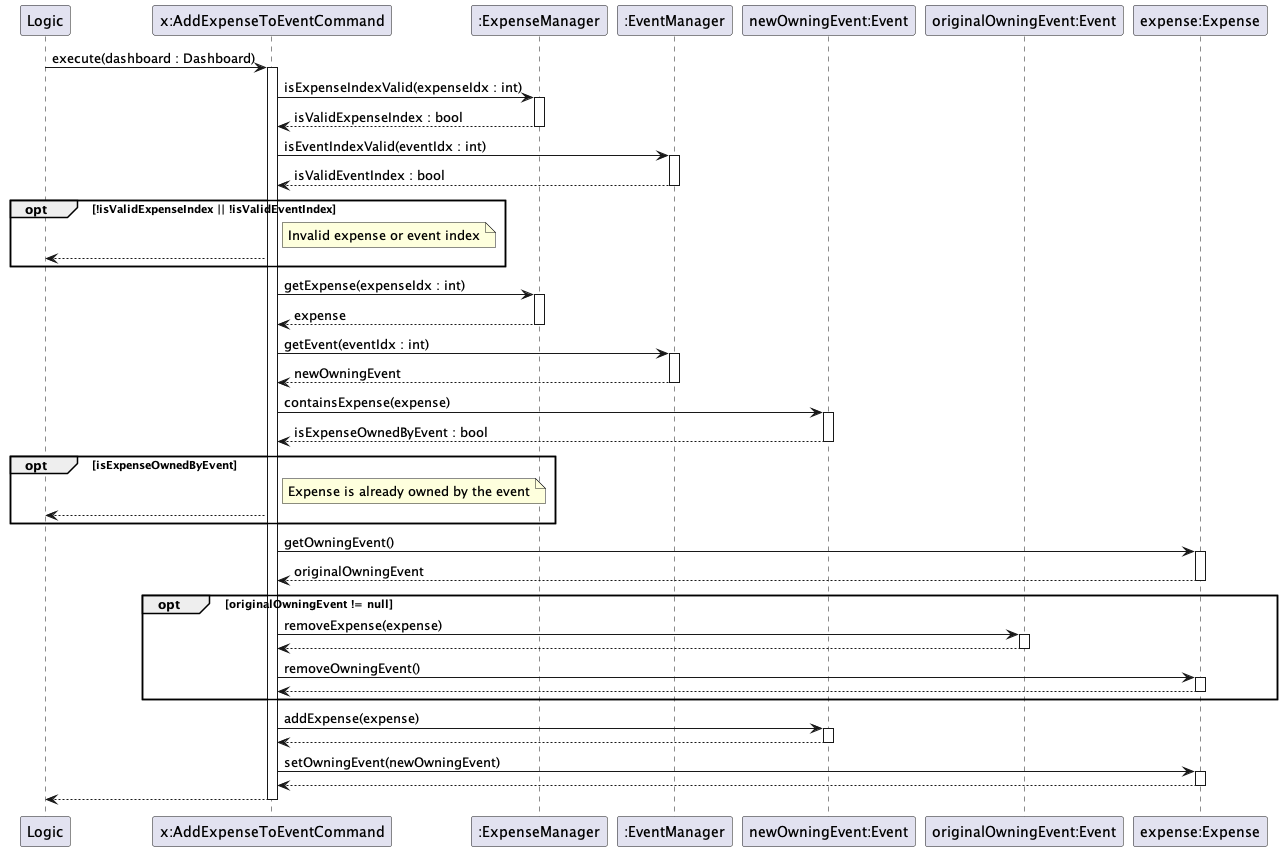
JianJiaT/tp keeps this PlantUML diagram as docs/images/executeAddExpenseToEventCommand.png. Above is the earlier version. Its diagram source:
```plantuml
@startuml
participant Logic
participant "x:AddExpenseToEventCommand" as Command
participant ":ExpenseManager" as ExpenseManager
participant ":EventManager" as EventManager
participant "newOwningEvent:Event" as noe
participant "originalOwningEvent:Event" as ooe
participant "expense:Expense" as Expense


Logic -> Command: execute(dashboard : Dashboard)
activate Command

Command -> ExpenseManager: isExpenseIndexValid(expenseIdx : int)
activate ExpenseManager
ExpenseManager --> Command: isValidExpenseIndex : bool
deactivate ExpenseManager

Command -> EventManager: isEventIndexValid(eventIdx : int)
activate EventManager
EventManager --> Command: isValidEventIndex : bool
deactivate EventManager

opt !isValidExpenseIndex || !isValidEventIndex
    note right of Command
        Invalid expense or event index
    end note
    Command --> Logic:
end

Command -> ExpenseManager: getExpense(expenseIdx : int)
activate ExpenseManager
ExpenseManager --> Command: expense
deactivate ExpenseManager

Command -> EventManager: getEvent(eventIdx : int)
activate EventManager
EventManager --> Command: newOwningEvent
deactivate EventManager

Command -> noe : containsExpense(expense)
activate noe
noe --> Command: isExpenseOwnedByEvent : bool
deactivate noe

opt isExpenseOwnedByEvent
    note right of Command
        Expense is already owned by the event
    end note
    Command --> Logic:
end

Command -> Expense: getOwningEvent()
activate Expense
Expense --> Command: originalOwningEvent
deactivate Expense

opt originalOwningEvent != null
    Command -> ooe: removeExpense(expense)
    activate ooe
    ooe --> Command:
    deactivate ooe
    Command -> Expense: removeOwningEvent()
    activate Expense
    Expense --> Command:
    deactivate Expense
end

Command -> noe: addExpense(expense)
activate noe
noe --> Command:
deactivate noe

Command -> Expense: setOwningEvent(newOwningEvent)
activate Expense
Expense --> Command:
deactivate Expense

Command --> Logic:
deactivate Command

@enduml
```
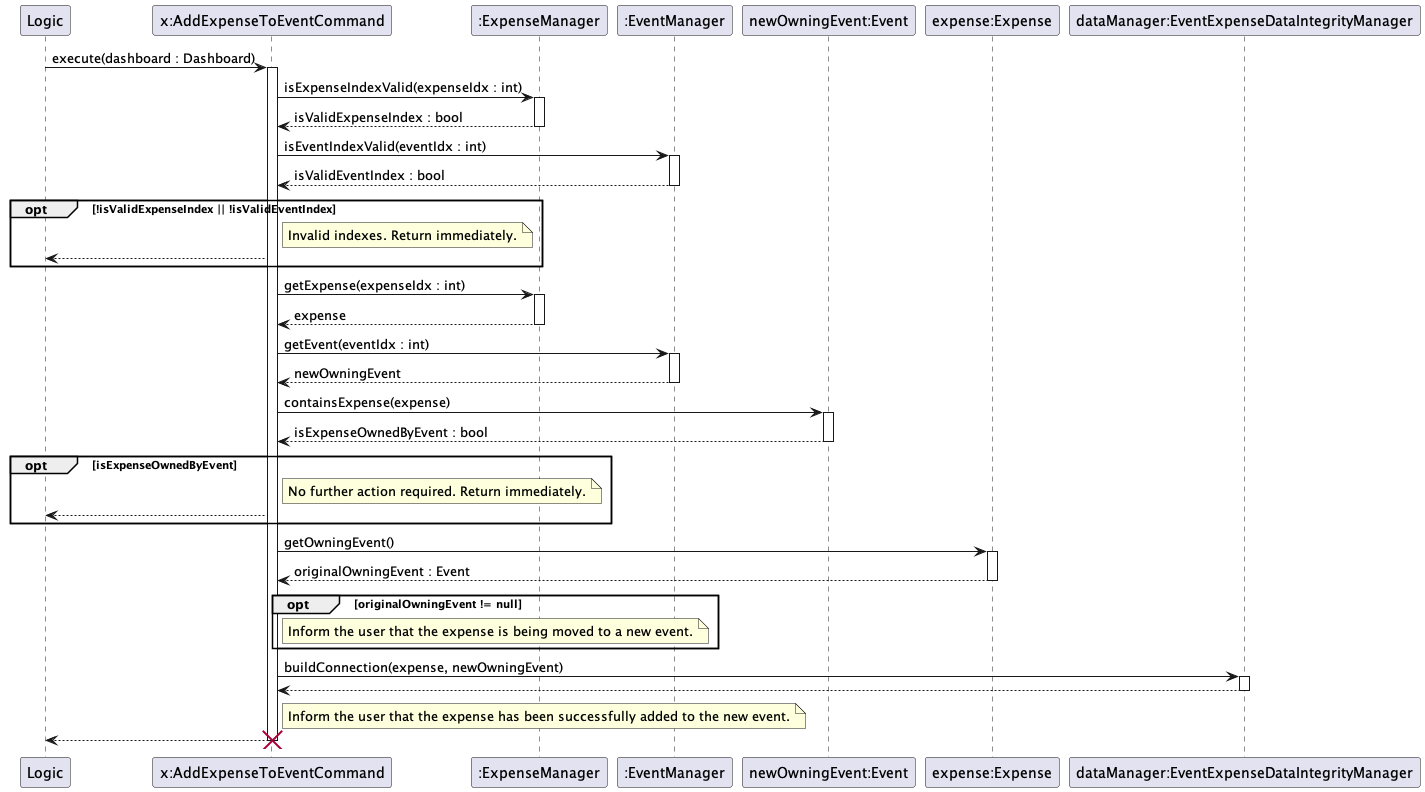
The same diagram one commit later.

What changed in the source:
```diff
@@ -4,8 +4,8 @@
 participant ":ExpenseManager" as ExpenseManager
 participant ":EventManager" as EventManager
 participant "newOwningEvent:Event" as noe
-participant "originalOwningEvent:Event" as ooe
 participant "expense:Expense" as Expense
+participant "dataManager:EventExpenseDataIntegrityManager" as dataManager
 
 
 Logic -> Command: execute(dashboard : Dashboard)
@@ -23,7 +23,7 @@
 
 opt !isValidExpenseIndex || !isValidEventIndex
     note right of Command
-        Invalid expense or event index
+        Invalid indexes. Return immediately.
     end note
     Command --> Logic:
 end
@@ -45,38 +45,33 @@
 
 opt isExpenseOwnedByEvent
     note right of Command
-        Expense is already owned by the event
+        No further action required. Return immediately.
     end note
     Command --> Logic:
 end
 
 Command -> Expense: getOwningEvent()
 activate Expense
-Expense --> Command: originalOwningEvent
+Expense --> Command: originalOwningEvent : Event
 deactivate Expense
 
 opt originalOwningEvent != null
-    Command -> ooe: removeExpense(expense)
-    activate ooe
-    ooe --> Command:
-    deactivate ooe
-    Command -> Expense: removeOwningEvent()
-    activate Expense
-    Expense --> Command:
-    deactivate Expense
+    note right of Command
+        Inform the user that the expense is being moved to a new event.
+    end note
 end
 
-Command -> noe: addExpense(expense)
-activate noe
-noe --> Command:
-deactivate noe
+Command -> dataManager: buildConnection(expense, newOwningEvent)
+activate dataManager
+dataManager --> Command:
+deactivate dataManager
 
-Command -> Expense: setOwningEvent(newOwningEvent)
-activate Expense
-Expense --> Command:
-deactivate Expense
+note right of Command
+    Inform the user that the expense has been successfully added to the new event.
+end note
 
 Command --> Logic:
 deactivate Command
+destroy Command
 
 @enduml
```
